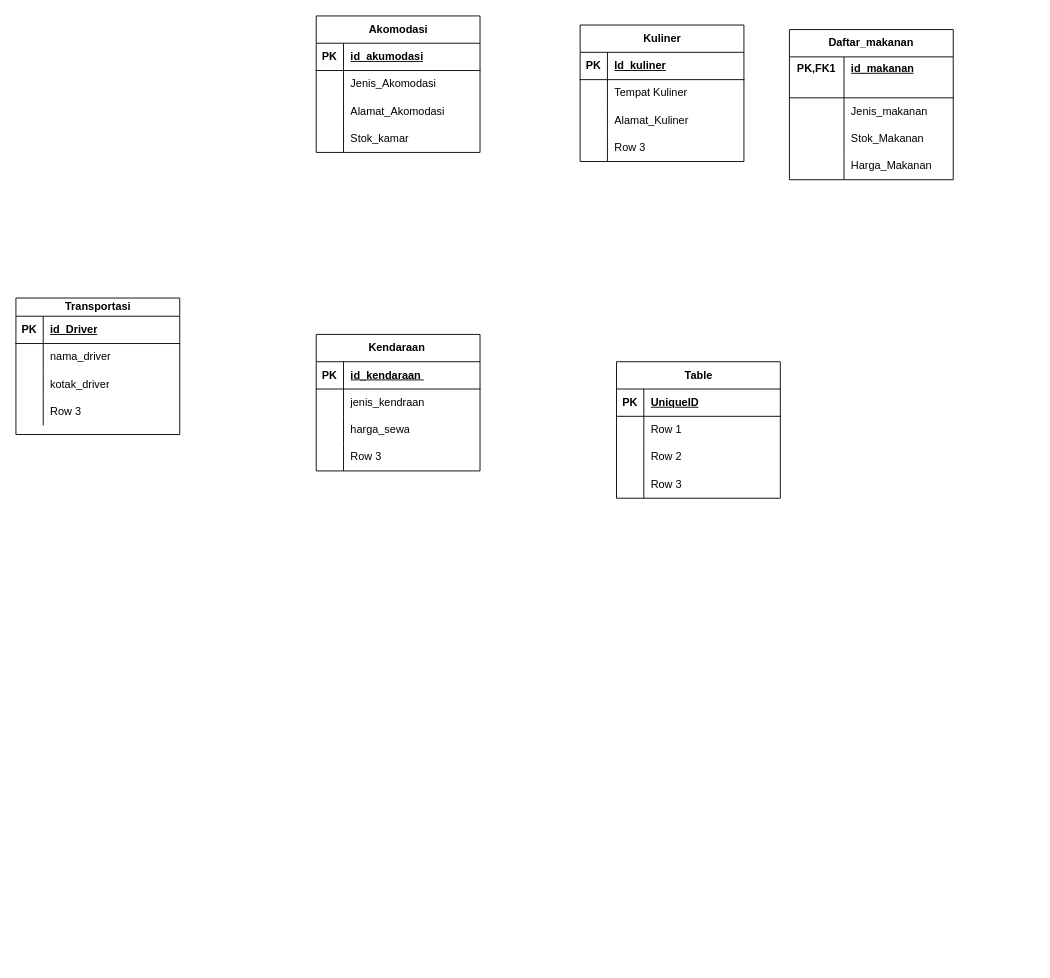
Before: Diagram Tanpa Judul.drawio in NayaRPL/78, a draw.io diagram. Source tidied: cells renumbered, new cells numbered last; positions are measured from the earlier drawing's top-left corner, leaving out a move shared by most shapes. Both pictures are drawn from the tidied source at 91%, with x=0, y=0 at pixel (15, 15).
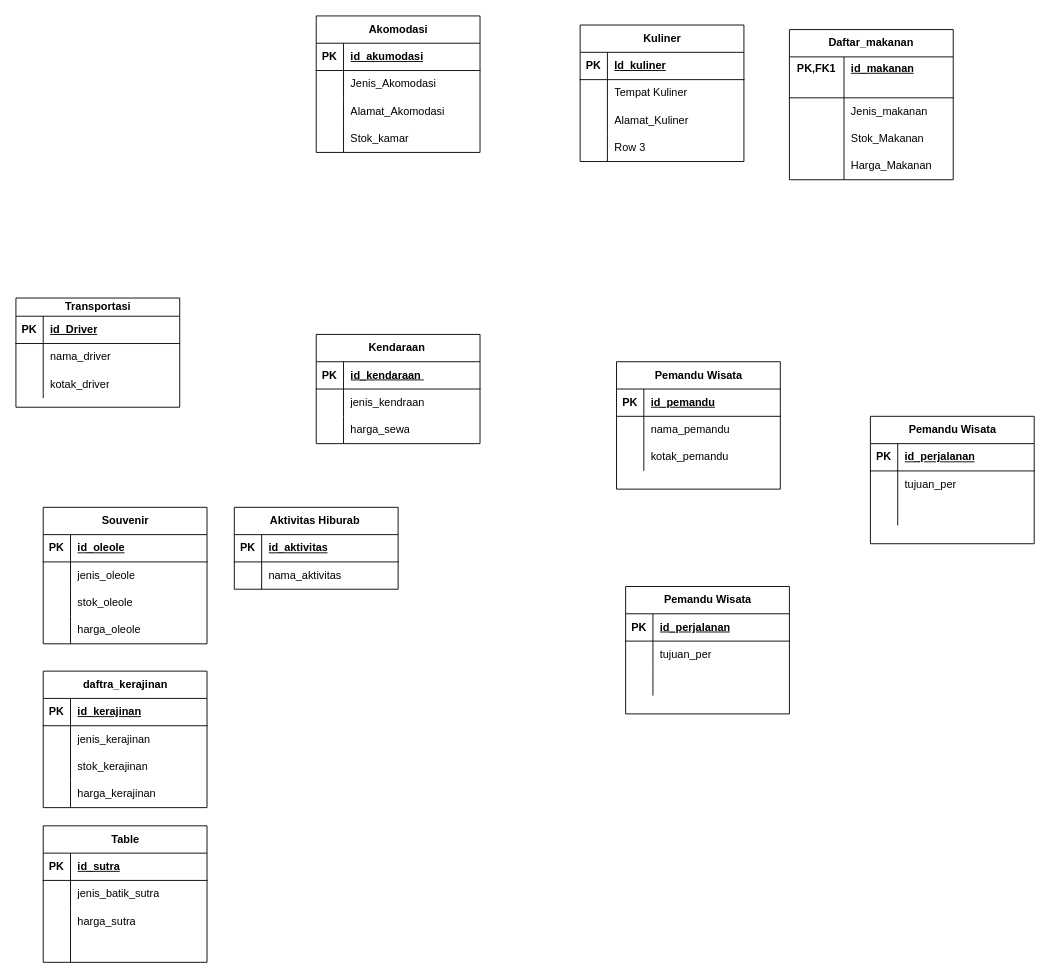
The same page after the edit.

The change refers to these unchanged cells:
```xml
<mxCell id="55" style="shape=tableRow;horizontal=0;startSize=0;swimlaneHead=0;swimlaneBody=0;fillColor=none;top=0;left=0;right=0;bottom=1;" parent="54" vertex="1">
  <mxGeometry y="30" width="180" height="30" as="geometry" />
</mxCell>
<mxCell id="58" style="shape=tableRow;horizontal=0;startSize=0;swimlaneHead=0;swimlaneBody=0;fillColor=none;top=0;left=0;right=0;bottom=0;" parent="54" vertex="1">
  <mxGeometry y="60" width="180" height="30" as="geometry" />
</mxCell>
<mxCell id="61" style="shape=tableRow;horizontal=0;startSize=0;swimlaneHead=0;swimlaneBody=0;fillColor=none;top=0;left=0;right=0;bottom=0;" parent="54" vertex="1">
  <mxGeometry y="90" width="180" height="30" as="geometry" />
</mxCell>
```

What changed in the source:
```diff
@@
     <mxCell id="2" value="Transportasi" style="shape=table;startSize=20;childLayout=tableLayout;rowLines=0;fontStyle=1;align=center;html=1;" parent="1" vertex="1">
-      <mxGeometry y="310" width="180" height="150" as="geometry" />
+      <mxGeometry y="310" width="180" height="120" as="geometry" />
     </mxCell>
@@
-    <mxCell id="12" style="shape=tableRow;horizontal=0;startSize=0;swimlaneHead=0;swimlaneBody=0;fillColor=none;top=0;left=0;right=0;bottom=0;" parent="2" vertex="1">
-      <mxGeometry y="110" width="180" height="30" as="geometry" />
-    </mxCell>
-    <mxCell id="13" style="shape=partialRectangle;fillColor=none;top=0;left=0;bottom=0;right=0;overflow=hidden;whiteSpace=wrap;html=1;" parent="12" vertex="1">
-      <mxGeometry width="30" height="30" as="geometry" />
-    </mxCell>
-    <mxCell id="14" value="Row 3" style="shape=partialRectangle;fillColor=none;top=0;left=0;bottom=0;right=0;align=left;spacingLeft=6;overflow=hidden;whiteSpace=wrap;html=1;" parent="12" vertex="1">
-      <mxGeometry x="30" width="150" height="30" as="geometry" />
-    </mxCell>
     <mxCell id="15" value="Kendaraan&amp;nbsp;" style="shape=table;startSize=30;childLayout=tableLayout;rowLines=0;fontStyle=1;align=center;html=1;" parent="1" vertex="1">
-      <mxGeometry x="330" y="350" width="180" height="150" as="geometry" />
+      <mxGeometry x="330" y="350" width="180" height="120" as="geometry" />
     </mxCell>
@@
-    <mxCell id="25" style="shape=tableRow;horizontal=0;startSize=0;swimlaneHead=0;swimlaneBody=0;fillColor=none;top=0;left=0;right=0;bottom=0;" parent="15" vertex="1">
-      <mxGeometry y="120" width="180" height="30" as="geometry" />
-    </mxCell>
-    <mxCell id="26" style="shape=partialRectangle;fillColor=none;top=0;left=0;bottom=0;right=0;overflow=hidden;whiteSpace=wrap;html=1;" parent="25" vertex="1">
-      <mxGeometry width="30" height="30" as="geometry" />
-    </mxCell>
-    <mxCell id="27" value="Row 3" style="shape=partialRectangle;fillColor=none;top=0;left=0;bottom=0;right=0;align=left;spacingLeft=6;overflow=hidden;whiteSpace=wrap;html=1;" parent="25" vertex="1">
-      <mxGeometry x="30" width="150" height="30" as="geometry" />
-    </mxCell>
@@
-    <mxCell id="54" value="Table" style="shape=table;startSize=30;childLayout=tableLayout;rowLines=0;fontStyle=1;align=center;html=1;" parent="1" vertex="1">
-      <mxGeometry x="660" y="380" width="180" height="150" as="geometry" />
+    <mxCell id="54" value="Pemandu Wisata" style="shape=table;startSize=30;childLayout=tableLayout;rowLines=0;fontStyle=1;align=center;html=1;" parent="1" vertex="1">
+      <mxGeometry x="660" y="380" width="180" height="140" as="geometry" />
     </mxCell>
@@
-    <mxCell id="57" value="UniqueID" style="shape=partialRectangle;fillColor=none;top=0;left=0;bottom=0;right=0;align=left;spacingLeft=6;fontStyle=5;overflow=hidden;whiteSpace=wrap;html=1;" parent="55" vertex="1">
+    <mxCell id="57" value="id_pemandu" style="shape=partialRectangle;fillColor=none;top=0;left=0;bottom=0;right=0;align=left;spacingLeft=6;fontStyle=5;overflow=hidden;whiteSpace=wrap;html=1;" parent="55" vertex="1">
       <mxGeometry x="30" width="150" height="30" as="geometry" />
     </mxCell>
@@
-    <mxCell id="60" value="Row 1" style="shape=partialRectangle;fillColor=none;top=0;left=0;bottom=0;right=0;align=left;spacingLeft=6;overflow=hidden;whiteSpace=wrap;html=1;" parent="58" vertex="1">
+    <mxCell id="60" value="nama_pemandu" style="shape=partialRectangle;fillColor=none;top=0;left=0;bottom=0;right=0;align=left;spacingLeft=6;overflow=hidden;whiteSpace=wrap;html=1;" parent="58" vertex="1">
       <mxGeometry x="30" width="150" height="30" as="geometry" />
     </mxCell>
@@
-    <mxCell id="63" value="Row 2" style="shape=partialRectangle;fillColor=none;top=0;left=0;bottom=0;right=0;align=left;spacingLeft=6;overflow=hidden;whiteSpace=wrap;html=1;" parent="61" vertex="1">
+    <mxCell id="63" value="kotak_pemandu" style="shape=partialRectangle;fillColor=none;top=0;left=0;bottom=0;right=0;align=left;spacingLeft=6;overflow=hidden;whiteSpace=wrap;html=1;" parent="61" vertex="1">
       <mxGeometry x="30" width="150" height="30" as="geometry" />
     </mxCell>
-    <mxCell id="64" style="shape=tableRow;horizontal=0;startSize=0;swimlaneHead=0;swimlaneBody=0;fillColor=none;top=0;left=0;right=0;bottom=0;" parent="54" vertex="1">
-      <mxGeometry y="120" width="180" height="30" as="geometry" />
-    </mxCell>
-    <mxCell id="65" style="shape=partialRectangle;fillColor=none;top=0;left=0;bottom=0;right=0;overflow=hidden;whiteSpace=wrap;html=1;" parent="64" vertex="1">
-      <mxGeometry width="30" height="30" as="geometry" />
-    </mxCell>
-    <mxCell id="66" value="Row 3" style="shape=partialRectangle;fillColor=none;top=0;left=0;bottom=0;right=0;align=left;spacingLeft=6;overflow=hidden;whiteSpace=wrap;html=1;" parent="64" vertex="1">
-      <mxGeometry x="30" width="150" height="30" as="geometry" />
-    </mxCell>
@@
+    <mxCell id="83" value="Pemandu Wisata" style="shape=table;startSize=30;childLayout=tableLayout;rowLines=0;fontStyle=1;align=center;html=1;" parent="1" vertex="1">
+      <mxGeometry x="670" y="627" width="180" height="140" as="geometry" />
+    </mxCell>
+    <mxCell id="84" style="shape=tableRow;horizontal=0;startSize=0;swimlaneHead=0;swimlaneBody=0;fillColor=none;top=0;left=0;right=0;bottom=1;" parent="83" vertex="1">
+      <mxGeometry y="30" width="180" height="30" as="geometry" />
+    </mxCell>
+    <mxCell id="85" value="PK" style="shape=partialRectangle;fillColor=none;top=0;left=0;bottom=0;right=0;fontStyle=1;overflow=hidden;whiteSpace=wrap;html=1;" parent="84" vertex="1">
+      <mxGeometry width="30" height="30" as="geometry" />
+    </mxCell>
+    <mxCell id="86" value="id_perjalanan" style="shape=partialRectangle;fillColor=none;top=0;left=0;bottom=0;right=0;align=left;spacingLeft=6;fontStyle=5;overflow=hidden;whiteSpace=wrap;html=1;" parent="84" vertex="1">
+      <mxGeometry x="30" width="150" height="30" as="geometry" />
+    </mxCell>
+    <mxCell id="87" style="shape=tableRow;horizontal=0;startSize=0;swimlaneHead=0;swimlaneBody=0;fillColor=none;top=0;left=0;right=0;bottom=0;" parent="83" vertex="1">
+      <mxGeometry y="60" width="180" height="30" as="geometry" />
+    </mxCell>
+    <mxCell id="88" style="shape=partialRectangle;fillColor=none;top=0;left=0;bottom=0;right=0;overflow=hidden;whiteSpace=wrap;html=1;" parent="87" vertex="1">
+      <mxGeometry width="30" height="30" as="geometry" />
+    </mxCell>
+    <mxCell id="89" value="tujuan_per" style="shape=partialRectangle;fillColor=none;top=0;left=0;bottom=0;right=0;align=left;spacingLeft=6;overflow=hidden;whiteSpace=wrap;html=1;" parent="87" vertex="1">
+      <mxGeometry x="30" width="150" height="30" as="geometry" />
+    </mxCell>
+    <mxCell id="90" style="shape=tableRow;horizontal=0;startSize=0;swimlaneHead=0;swimlaneBody=0;fillColor=none;top=0;left=0;right=0;bottom=0;" parent="83" vertex="1">
+      <mxGeometry y="90" width="180" height="30" as="geometry" />
+    </mxCell>
+    <mxCell id="91" style="shape=partialRectangle;fillColor=none;top=0;left=0;bottom=0;right=0;overflow=hidden;whiteSpace=wrap;html=1;" parent="90" vertex="1">
+      <mxGeometry width="30" height="30" as="geometry" />
+    </mxCell>
+    <mxCell id="92" style="shape=partialRectangle;fillColor=none;top=0;left=0;bottom=0;right=0;align=left;spacingLeft=6;overflow=hidden;whiteSpace=wrap;html=1;" parent="90" vertex="1">
+      <mxGeometry x="30" width="150" height="30" as="geometry" />
+    </mxCell>
+    <mxCell id="93" value="Pemandu Wisata" style="shape=table;startSize=30;childLayout=tableLayout;rowLines=0;fontStyle=1;align=center;html=1;" parent="1" vertex="1">
+      <mxGeometry x="939" y="440" width="180" height="140" as="geometry" />
+    </mxCell>
+    <mxCell id="94" style="shape=tableRow;horizontal=0;startSize=0;swimlaneHead=0;swimlaneBody=0;fillColor=none;top=0;left=0;right=0;bottom=1;" parent="93" vertex="1">
+      <mxGeometry y="30" width="180" height="30" as="geometry" />
+    </mxCell>
+    <mxCell id="95" value="PK" style="shape=partialRectangle;fillColor=none;top=0;left=0;bottom=0;right=0;fontStyle=1;overflow=hidden;whiteSpace=wrap;html=1;" parent="94" vertex="1">
+      <mxGeometry width="30" height="30" as="geometry" />
+    </mxCell>
+    <mxCell id="96" value="id_perjalanan" style="shape=partialRectangle;fillColor=none;top=0;left=0;bottom=0;right=0;align=left;spacingLeft=6;fontStyle=5;overflow=hidden;whiteSpace=wrap;html=1;" parent="94" vertex="1">
+      <mxGeometry x="30" width="150" height="30" as="geometry" />
+    </mxCell>
+    <mxCell id="97" style="shape=tableRow;horizontal=0;startSize=0;swimlaneHead=0;swimlaneBody=0;fillColor=none;top=0;left=0;right=0;bottom=0;" parent="93" vertex="1">
+      <mxGeometry y="60" width="180" height="30" as="geometry" />
+    </mxCell>
+    <mxCell id="98" style="shape=partialRectangle;fillColor=none;top=0;left=0;bottom=0;right=0;overflow=hidden;whiteSpace=wrap;html=1;" parent="97" vertex="1">
+      <mxGeometry width="30" height="30" as="geometry" />
+    </mxCell>
+    <mxCell id="99" value="tujuan_per" style="shape=partialRectangle;fillColor=none;top=0;left=0;bottom=0;right=0;align=left;spacingLeft=6;overflow=hidden;whiteSpace=wrap;html=1;" parent="97" vertex="1">
+      <mxGeometry x="30" width="150" height="30" as="geometry" />
+    </mxCell>
+    <mxCell id="100" style="shape=tableRow;horizontal=0;startSize=0;swimlaneHead=0;swimlaneBody=0;fillColor=none;top=0;left=0;right=0;bottom=0;" parent="93" vertex="1">
+      <mxGeometry y="90" width="180" height="30" as="geometry" />
+    </mxCell>
+    <mxCell id="101" style="shape=partialRectangle;fillColor=none;top=0;left=0;bottom=0;right=0;overflow=hidden;whiteSpace=wrap;html=1;" parent="100" vertex="1">
+      <mxGeometry width="30" height="30" as="geometry" />
+    </mxCell>
+    <mxCell id="102" style="shape=partialRectangle;fillColor=none;top=0;left=0;bottom=0;right=0;align=left;spacingLeft=6;overflow=hidden;whiteSpace=wrap;html=1;" parent="100" vertex="1">
+      <mxGeometry x="30" width="150" height="30" as="geometry" />
+    </mxCell>
+    <mxCell id="103" value="Souvenir" style="shape=table;startSize=30;childLayout=tableLayout;rowLines=0;fontStyle=1;align=center;html=1;" parent="1" vertex="1">
+      <mxGeometry x="30" y="540" width="180" height="150" as="geometry" />
+    </mxCell>
+    <mxCell id="104" style="shape=tableRow;horizontal=0;startSize=0;swimlaneHead=0;swimlaneBody=0;fillColor=none;top=0;left=0;right=0;bottom=1;" parent="103" vertex="1">
+      <mxGeometry y="30" width="180" height="30" as="geometry" />
+    </mxCell>
+    <mxCell id="105" value="PK" style="shape=partialRectangle;fillColor=none;top=0;left=0;bottom=0;right=0;fontStyle=1;overflow=hidden;whiteSpace=wrap;html=1;" parent="104" vertex="1">
+      <mxGeometry width="30" height="30" as="geometry" />
+    </mxCell>
+    <mxCell id="106" value="id_oleole" style="shape=partialRectangle;fillColor=none;top=0;left=0;bottom=0;right=0;align=left;spacingLeft=6;fontStyle=5;overflow=hidden;whiteSpace=wrap;html=1;" parent="104" vertex="1">
+      <mxGeometry x="30" width="150" height="30" as="geometry" />
+    </mxCell>
+    <mxCell id="107" style="shape=tableRow;horizontal=0;startSize=0;swimlaneHead=0;swimlaneBody=0;fillColor=none;top=0;left=0;right=0;bottom=0;" parent="103" vertex="1">
+      <mxGeometry y="60" width="180" height="30" as="geometry" />
+    </mxCell>
+    <mxCell id="108" style="shape=partialRectangle;fillColor=none;top=0;left=0;bottom=0;right=0;overflow=hidden;whiteSpace=wrap;html=1;" parent="107" vertex="1">
+      <mxGeometry width="30" height="30" as="geometry" />
+    </mxCell>
+    <mxCell id="109" value="jenis_oleole" style="shape=partialRectangle;fillColor=none;top=0;left=0;bottom=0;right=0;align=left;spacingLeft=6;overflow=hidden;whiteSpace=wrap;html=1;" parent="107" vertex="1">
+      <mxGeometry x="30" width="150" height="30" as="geometry" />
+    </mxCell>
+    <mxCell id="110" style="shape=tableRow;horizontal=0;startSize=0;swimlaneHead=0;swimlaneBody=0;fillColor=none;top=0;left=0;right=0;bottom=0;" parent="103" vertex="1">
+      <mxGeometry y="90" width="180" height="30" as="geometry" />
+    </mxCell>
+    <mxCell id="111" style="shape=partialRectangle;fillColor=none;top=0;left=0;bottom=0;right=0;overflow=hidden;whiteSpace=wrap;html=1;" parent="110" vertex="1">
+      <mxGeometry width="30" height="30" as="geometry" />
+    </mxCell>
+    <mxCell id="112" value="stok_oleole" style="shape=partialRectangle;fillColor=none;top=0;left=0;bottom=0;right=0;align=left;spacingLeft=6;overflow=hidden;whiteSpace=wrap;html=1;" parent="110" vertex="1">
+      <mxGeometry x="30" width="150" height="30" as="geometry" />
+    </mxCell>
+    <mxCell id="113" style="shape=tableRow;horizontal=0;startSize=0;swimlaneHead=0;swimlaneBody=0;fillColor=none;top=0;left=0;right=0;bottom=0;" parent="103" vertex="1">
+      <mxGeometry y="120" width="180" height="30" as="geometry" />
+    </mxCell>
+    <mxCell id="114" style="shape=partialRectangle;fillColor=none;top=0;left=0;bottom=0;right=0;overflow=hidden;whiteSpace=wrap;html=1;" parent="113" vertex="1">
+      <mxGeometry width="30" height="30" as="geometry" />
+    </mxCell>
+    <mxCell id="115" value="harga_oleole" style="shape=partialRectangle;fillColor=none;top=0;left=0;bottom=0;right=0;align=left;spacingLeft=6;overflow=hidden;whiteSpace=wrap;html=1;" parent="113" vertex="1">
+      <mxGeometry x="30" width="150" height="30" as="geometry" />
+    </mxCell>
+    <mxCell id="116" value="daftra_kerajinan" style="shape=table;startSize=30;childLayout=tableLayout;rowLines=0;fontStyle=1;align=center;html=1;" parent="1" vertex="1">
+      <mxGeometry x="30" y="720" width="180" height="150" as="geometry" />
+    </mxCell>
+    <mxCell id="117" style="shape=tableRow;horizontal=0;startSize=0;swimlaneHead=0;swimlaneBody=0;fillColor=none;top=0;left=0;right=0;bottom=1;" parent="116" vertex="1">
+      <mxGeometry y="30" width="180" height="30" as="geometry" />
+    </mxCell>
+    <mxCell id="118" value="PK" style="shape=partialRectangle;fillColor=none;top=0;left=0;bottom=0;right=0;fontStyle=1;overflow=hidden;whiteSpace=wrap;html=1;" parent="117" vertex="1">
+      <mxGeometry width="30" height="30" as="geometry" />
+    </mxCell>
+    <mxCell id="119" value="id_kerajinan" style="shape=partialRectangle;fillColor=none;top=0;left=0;bottom=0;right=0;align=left;spacingLeft=6;fontStyle=5;overflow=hidden;whiteSpace=wrap;html=1;" parent="117" vertex="1">
+      <mxGeometry x="30" width="150" height="30" as="geometry" />
+    </mxCell>
+    <mxCell id="120" style="shape=tableRow;horizontal=0;startSize=0;swimlaneHead=0;swimlaneBody=0;fillColor=none;top=0;left=0;right=0;bottom=0;" parent="116" vertex="1">
+      <mxGeometry y="60" width="180" height="30" as="geometry" />
+    </mxCell>
+    <mxCell id="121" style="shape=partialRectangle;fillColor=none;top=0;left=0;bottom=0;right=0;overflow=hidden;whiteSpace=wrap;html=1;" parent="120" vertex="1">
+      <mxGeometry width="30" height="30" as="geometry" />
+    </mxCell>
+    <mxCell id="122" value="jenis_kerajinan" style="shape=partialRectangle;fillColor=none;top=0;left=0;bottom=0;right=0;align=left;spacingLeft=6;overflow=hidden;whiteSpace=wrap;html=1;" parent="120" vertex="1">
+      <mxGeometry x="30" width="150" height="30" as="geometry" />
+    </mxCell>
+    <mxCell id="123" style="shape=tableRow;horizontal=0;startSize=0;swimlaneHead=0;swimlaneBody=0;fillColor=none;top=0;left=0;right=0;bottom=0;" parent="116" vertex="1">
+      <mxGeometry y="90" width="180" height="30" as="geometry" />
+    </mxCell>
+    <mxCell id="124" style="shape=partialRectangle;fillColor=none;top=0;left=0;bottom=0;right=0;overflow=hidden;whiteSpace=wrap;html=1;" parent="123" vertex="1">
+      <mxGeometry width="30" height="30" as="geometry" />
+    </mxCell>
+    <mxCell id="125" value="stok_kerajinan" style="shape=partialRectangle;fillColor=none;top=0;left=0;bottom=0;right=0;align=left;spacingLeft=6;overflow=hidden;whiteSpace=wrap;html=1;" parent="123" vertex="1">
+      <mxGeometry x="30" width="150" height="30" as="geometry" />
+    </mxCell>
+    <mxCell id="126" style="shape=tableRow;horizontal=0;startSize=0;swimlaneHead=0;swimlaneBody=0;fillColor=none;top=0;left=0;right=0;bottom=0;" parent="116" vertex="1">
+      <mxGeometry y="120" width="180" height="30" as="geometry" />
+    </mxCell>
+    <mxCell id="127" style="shape=partialRectangle;fillColor=none;top=0;left=0;bottom=0;right=0;overflow=hidden;whiteSpace=wrap;html=1;" parent="126" vertex="1">
+      <mxGeometry width="30" height="30" as="geometry" />
+    </mxCell>
+    <mxCell id="128" value="harga_kerajinan" style="shape=partialRectangle;fillColor=none;top=0;left=0;bottom=0;right=0;align=left;spacingLeft=6;overflow=hidden;whiteSpace=wrap;html=1;" parent="126" vertex="1">
+      <mxGeometry x="30" width="150" height="30" as="geometry" />
+    </mxCell>
+    <mxCell id="129" value="Table" style="shape=table;startSize=30;childLayout=tableLayout;rowLines=0;fontStyle=1;align=center;html=1;" parent="1" vertex="1">
+      <mxGeometry x="30" y="890" width="180" height="150" as="geometry" />
+    </mxCell>
+    <mxCell id="130" style="shape=tableRow;horizontal=0;startSize=0;swimlaneHead=0;swimlaneBody=0;fillColor=none;top=0;left=0;right=0;bottom=1;" parent="129" vertex="1">
+      <mxGeometry y="30" width="180" height="30" as="geometry" />
+    </mxCell>
+    <mxCell id="131" value="PK" style="shape=partialRectangle;fillColor=none;top=0;left=0;bottom=0;right=0;fontStyle=1;overflow=hidden;whiteSpace=wrap;html=1;" parent="130" vertex="1">
+      <mxGeometry width="30" height="30" as="geometry" />
+    </mxCell>
+    <mxCell id="132" value="id_sutra" style="shape=partialRectangle;fillColor=none;top=0;left=0;bottom=0;right=0;align=left;spacingLeft=6;fontStyle=5;overflow=hidden;whiteSpace=wrap;html=1;" parent="130" vertex="1">
+      <mxGeometry x="30" width="150" height="30" as="geometry" />
+    </mxCell>
+    <mxCell id="133" style="shape=tableRow;horizontal=0;startSize=0;swimlaneHead=0;swimlaneBody=0;fillColor=none;top=0;left=0;right=0;bottom=0;" parent="129" vertex="1">
+      <mxGeometry y="60" width="180" height="30" as="geometry" />
+    </mxCell>
+    <mxCell id="134" style="shape=partialRectangle;fillColor=none;top=0;left=0;bottom=0;right=0;overflow=hidden;whiteSpace=wrap;html=1;" parent="133" vertex="1">
+      <mxGeometry width="30" height="30" as="geometry" />
+    </mxCell>
+    <mxCell id="135" value="jenis_batik_sutra" style="shape=partialRectangle;fillColor=none;top=0;left=0;bottom=0;right=0;align=left;spacingLeft=6;overflow=hidden;whiteSpace=wrap;html=1;" parent="133" vertex="1">
+      <mxGeometry x="30" width="150" height="30" as="geometry" />
+    </mxCell>
+    <mxCell id="136" style="shape=tableRow;horizontal=0;startSize=0;swimlaneHead=0;swimlaneBody=0;fillColor=none;top=0;left=0;right=0;bottom=0;" parent="129" vertex="1">
+      <mxGeometry y="90" width="180" height="30" as="geometry" />
+    </mxCell>
+    <mxCell id="137" style="shape=partialRectangle;fillColor=none;top=0;left=0;bottom=0;right=0;overflow=hidden;whiteSpace=wrap;html=1;" parent="136" vertex="1">
+      <mxGeometry width="30" height="30" as="geometry" />
+    </mxCell>
+    <mxCell id="138" value="harga_sutra" style="shape=partialRectangle;fillColor=none;top=0;left=0;bottom=0;right=0;align=left;spacingLeft=6;overflow=hidden;whiteSpace=wrap;html=1;" parent="136" vertex="1">
+      <mxGeometry x="30" width="150" height="30" as="geometry" />
+    </mxCell>
+    <mxCell id="139" style="shape=tableRow;horizontal=0;startSize=0;swimlaneHead=0;swimlaneBody=0;fillColor=none;top=0;left=0;right=0;bottom=0;" parent="129" vertex="1">
+      <mxGeometry y="120" width="180" height="30" as="geometry" />
+    </mxCell>
+    <mxCell id="140" style="shape=partialRectangle;fillColor=none;top=0;left=0;bottom=0;right=0;overflow=hidden;whiteSpace=wrap;html=1;" parent="139" vertex="1">
+      <mxGeometry width="30" height="30" as="geometry" />
+    </mxCell>
+    <mxCell id="141" style="shape=partialRectangle;fillColor=none;top=0;left=0;bottom=0;right=0;align=left;spacingLeft=6;overflow=hidden;whiteSpace=wrap;html=1;" parent="139" vertex="1">
+      <mxGeometry x="30" width="150" height="30" as="geometry" />
+    </mxCell>
+    <mxCell id="142" value="Aktivitas Hiburab&amp;nbsp;" style="shape=table;startSize=30;childLayout=tableLayout;rowLines=0;fontStyle=1;align=center;html=1;" parent="1" vertex="1">
+      <mxGeometry x="240" y="540" width="180" height="90" as="geometry" />
+    </mxCell>
+    <mxCell id="143" style="shape=tableRow;horizontal=0;startSize=0;swimlaneHead=0;swimlaneBody=0;fillColor=none;top=0;left=0;right=0;bottom=1;" parent="142" vertex="1">
+      <mxGeometry y="30" width="180" height="30" as="geometry" />
+    </mxCell>
+    <mxCell id="144" value="PK" style="shape=partialRectangle;fillColor=none;top=0;left=0;bottom=0;right=0;fontStyle=1;overflow=hidden;whiteSpace=wrap;html=1;" parent="143" vertex="1">
+      <mxGeometry width="30" height="30" as="geometry" />
+    </mxCell>
+    <mxCell id="145" value="id_aktivitas" style="shape=partialRectangle;fillColor=none;top=0;left=0;bottom=0;right=0;align=left;spacingLeft=6;fontStyle=5;overflow=hidden;whiteSpace=wrap;html=1;" parent="143" vertex="1">
+      <mxGeometry x="30" width="150" height="30" as="geometry" />
+    </mxCell>
+    <mxCell id="146" style="shape=tableRow;horizontal=0;startSize=0;swimlaneHead=0;swimlaneBody=0;fillColor=none;top=0;left=0;right=0;bottom=0;" parent="142" vertex="1">
+      <mxGeometry y="60" width="180" height="30" as="geometry" />
+    </mxCell>
+    <mxCell id="147" style="shape=partialRectangle;fillColor=none;top=0;left=0;bottom=0;right=0;overflow=hidden;whiteSpace=wrap;html=1;" parent="146" vertex="1">
+      <mxGeometry width="30" height="30" as="geometry" />
+    </mxCell>
+    <mxCell id="148" value="nama_aktivitas" style="shape=partialRectangle;fillColor=none;top=0;left=0;bottom=0;right=0;align=left;spacingLeft=6;overflow=hidden;whiteSpace=wrap;html=1;" parent="146" vertex="1">
+      <mxGeometry x="30" width="150" height="30" as="geometry" />
+    </mxCell>
```
